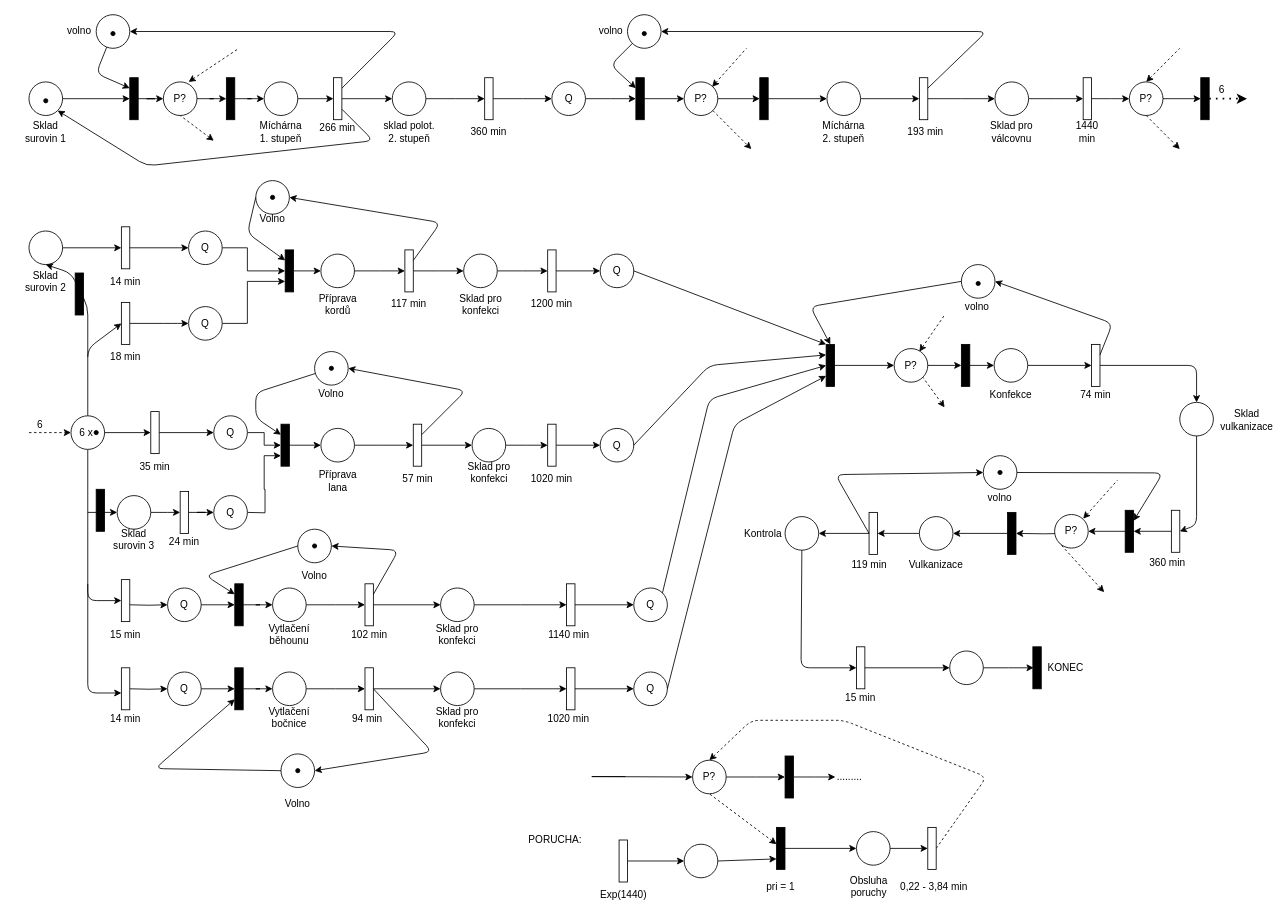
Above: drawio/petri-net.drawio in JonasBoi/IMS (draw.io), before the change. Source tidied: cells renumbered, new cells numbered last; positions are measured from the earlier drawing's top-left corner, leaving out a move shared by most shapes. Both pictures are drawn from the tidied source at 84%, with x=0, y=0 at pixel (20, 14).
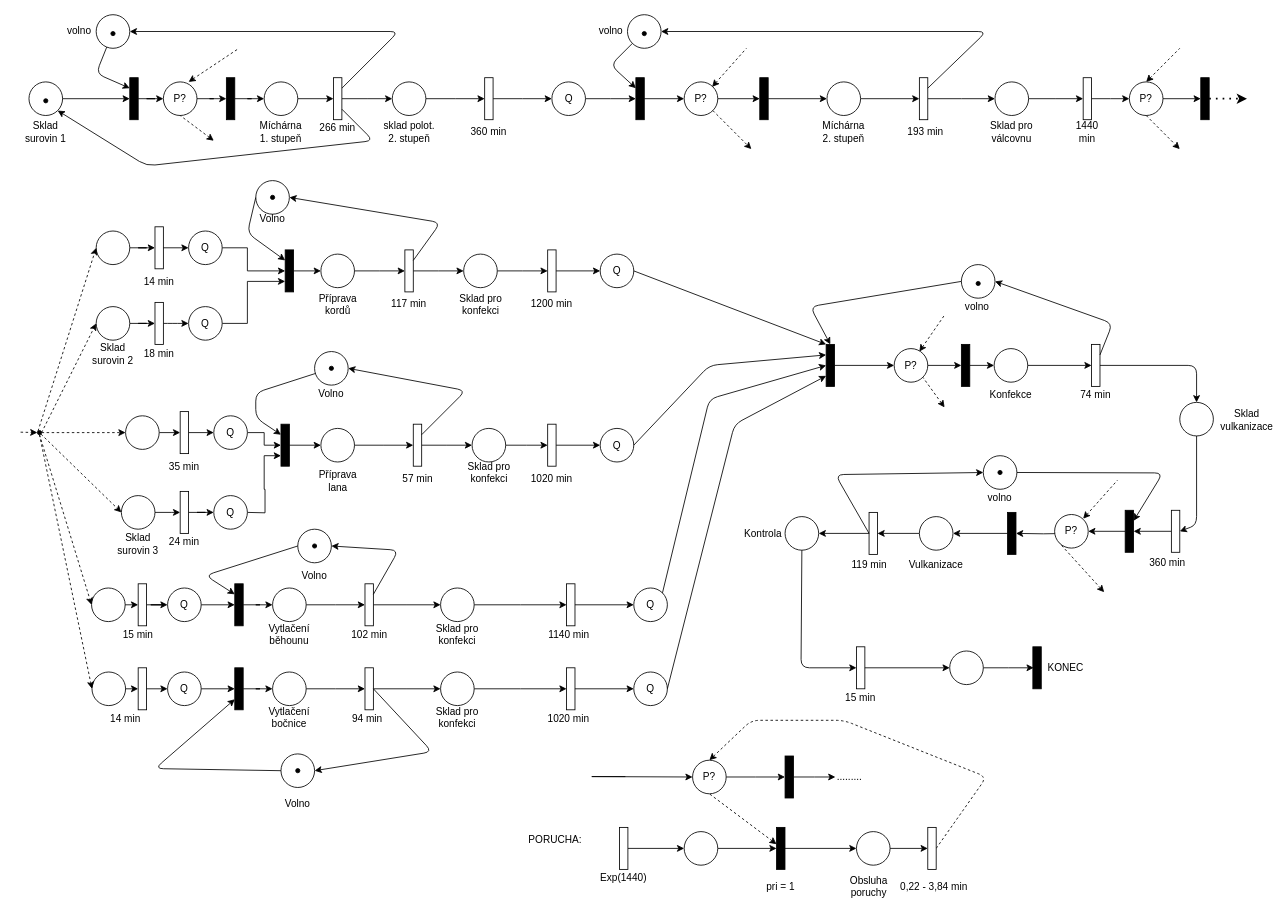
After the change.

Unchanged cells that the change refers to:
```xml
<mxCell id="137" value="Q" style="ellipse;whiteSpace=wrap;html=1;" parent="1" vertex="1">
  <mxGeometry x="200" y="347.5" width="40" height="40" as="geometry" />
</mxCell>
<mxCell id="161" value="Q" style="ellipse;whiteSpace=wrap;html=1;" parent="1" vertex="1">
  <mxGeometry x="175" y="682.5" width="40" height="40" as="geometry" />
</mxCell>
<mxCell id="163" value="Q" style="ellipse;whiteSpace=wrap;html=1;" parent="1" vertex="1">
  <mxGeometry x="175" y="782.5" width="40" height="40" as="geometry" />
</mxCell>
<mxCell id="225" style="rounded=0;whiteSpace=wrap;html=1;fillColor=#000000;" parent="1" vertex="1">
  <mxGeometry x="900" y="967.5" width="10" height="50" as="geometry" />
</mxCell>
```

The edit, as a diff of the source:
```diff
@@
-    <mxCell id="43" style="edgeStyle=orthogonalEdgeStyle;rounded=0;jettySize=auto;html=1;endArrow=classic;endFill=1;" parent="1" edge="1" source="44">
-      <mxGeometry relative="1" as="geometry">
-        <mxPoint x="120" y="277.5" as="targetPoint" />
-      </mxGeometry>
+    <mxCell id="43" style="edgeStyle=orthogonalEdgeStyle;rounded=0;jettySize=auto;html=1;endArrow=classic;endFill=1;entryX=0;entryY=0.5;" parent="1" edge="1" source="44" target="46">
+      <mxGeometry relative="1" as="geometry" />
     </mxCell>
     <mxCell id="44" style="ellipse;whiteSpace=wrap;html=1;gradientColor=none;shadow=0;" parent="1" vertex="1">
-      <mxGeometry x="10" y="257.5" width="40" height="40" as="geometry" />
+      <mxGeometry x="90" y="257.5" width="40" height="40" as="geometry" />
     </mxCell>
     <mxCell id="45" value="Sklad surovin 2" style="text;html=1;strokeColor=none;fillColor=none;align=center;verticalAlign=middle;whiteSpace=wrap;rounded=0;" parent="1" vertex="1">
-      <mxGeometry y="307.5" width="60" height="20" as="geometry" />
+      <mxGeometry x="80" y="393.5" width="60" height="20" as="geometry" />
     </mxCell>
     <mxCell id="46" style="rounded=0;whiteSpace=wrap;html=1;" parent="1" vertex="1">
-      <mxGeometry x="120" y="252.5" width="10" height="50" as="geometry" />
+      <mxGeometry x="160" y="252.5" width="10" height="50" as="geometry" />
     </mxCell>
     <mxCell id="47" value="14 min" style="text;html=1;strokeColor=none;fillColor=none;align=center;verticalAlign=middle;whiteSpace=wrap;rounded=0;" parent="1" vertex="1">
-      <mxGeometry x="105" y="307.5" width="40" height="20" as="geometry" />
+      <mxGeometry x="145" y="307.5" width="40" height="20" as="geometry" />
     </mxCell>
@@
-    <mxCell id="51" style="endArrow=classic;html=1;exitX=1;exitY=0.5;exitDx=0;exitDy=0;entryX=0;entryY=0.5;entryDx=0;entryDy=0;" parent="1" edge="1" target="137">
+    <mxCell id="51" style="endArrow=classic;html=1;exitX=1;exitY=0.5;exitDx=0;exitDy=0;entryX=0;entryY=0.5;entryDx=0;entryDy=0;" parent="1" edge="1" source="179" target="137">
       <mxGeometry relative="1" as="geometry">
-        <mxPoint x="130" y="367.5" as="sourcePoint" />
         <Array as="points">
           <mxPoint x="180" y="367.5" />
         </Array>
       </mxGeometry>
     </mxCell>
@@
     <mxCell id="63" style="ellipse;whiteSpace=wrap;html=1;" parent="1" vertex="1">
-      <mxGeometry x="115" y="572.5" width="40" height="40" as="geometry" />
+      <mxGeometry x="120" y="572.5" width="40" height="40" as="geometry" />
     </mxCell>
     <mxCell id="64" value="Sklad surovin 3" style="text;html=1;strokeColor=none;fillColor=none;align=center;verticalAlign=middle;whiteSpace=wrap;rounded=0;" parent="1" vertex="1">
-      <mxGeometry x="105" y="615" width="60" height="20" as="geometry" />
+      <mxGeometry x="110" y="620" width="60" height="20" as="geometry" />
     </mxCell>
-    <mxCell id="65" style="endArrow=classic;html=1;exitX=0.5;exitY=0;exitDx=0;exitDy=0;entryX=0;entryY=0.5;entryDx=0;entryDy=0;" parent="1" edge="1">
-      <mxGeometry relative="1" as="geometry">
-        <mxPoint x="80" y="477.5" as="sourcePoint" />
-        <mxPoint x="120" y="367.5" as="targetPoint" />
-        <Array as="points">
-          <mxPoint x="80" y="397.5" />
-        </Array>
-      </mxGeometry>
-    </mxCell>
@@
-    <mxCell id="79" style="endArrow=classic;html=1;" parent="1" edge="1">
-      <mxGeometry relative="1" as="geometry">
-        <mxPoint x="80" y="517.5" as="sourcePoint" />
-        <mxPoint x="120" y="697.5" as="targetPoint" />
-        <Array as="points">
-          <mxPoint x="80" y="697.5" />
-        </Array>
-      </mxGeometry>
-    </mxCell>
-    <mxCell id="80" style="edgeStyle=orthogonalEdgeStyle;rounded=0;jettySize=auto;html=1;endArrow=classic;endFill=1;entryX=0;entryY=0.5;entryDx=0;entryDy=0;" parent="1" edge="1" target="161">
-      <mxGeometry relative="1" as="geometry">
-        <mxPoint x="130" y="702.5" as="sourcePoint" />
-      </mxGeometry>
-    </mxCell>
     <mxCell id="81" value="15 min" style="text;html=1;strokeColor=none;fillColor=none;align=center;verticalAlign=middle;whiteSpace=wrap;rounded=0;" parent="1" vertex="1">
-      <mxGeometry x="105" y="727.5" width="40" height="20" as="geometry" />
+      <mxGeometry x="120" y="727.5" width="40" height="20" as="geometry" />
     </mxCell>
@@
-    <mxCell id="93" style="endArrow=classic;html=1;" parent="1" edge="1">
-      <mxGeometry relative="1" as="geometry">
-        <mxPoint x="80" y="677.5" as="sourcePoint" />
-        <mxPoint x="120" y="807.5" as="targetPoint" />
-        <Array as="points">
-          <mxPoint x="80" y="807.5" />
-        </Array>
-      </mxGeometry>
-    </mxCell>
-    <mxCell id="94" style="edgeStyle=orthogonalEdgeStyle;rounded=0;jettySize=auto;html=1;endArrow=classic;endFill=1;entryX=0;entryY=0.5;entryDx=0;entryDy=0;" parent="1" edge="1" target="163">
-      <mxGeometry relative="1" as="geometry">
-        <mxPoint x="130" y="802.5" as="sourcePoint" />
-      </mxGeometry>
-    </mxCell>
@@
-    <mxCell id="176" value="&lt;div style=&quot;text-align: left&quot;&gt;&lt;span&gt;6 x&amp;nbsp;&lt;/span&gt;&lt;/div&gt;" style="ellipse;whiteSpace=wrap;html=1;" parent="1" vertex="1">
-      <mxGeometry x="60" y="477.5" width="40" height="40" as="geometry" />
-    </mxCell>
@@
     <mxCell id="179" style="rounded=0;whiteSpace=wrap;html=1;" parent="1" vertex="1">
-      <mxGeometry x="120" y="342.5" width="10" height="50" as="geometry" />
+      <mxGeometry x="160" y="342.5" width="10" height="50" as="geometry" />
     </mxCell>
     <mxCell id="180" value="18 min" style="text;html=1;strokeColor=none;fillColor=none;align=center;verticalAlign=middle;whiteSpace=wrap;rounded=0;" parent="1" vertex="1">
-      <mxGeometry x="105" y="397.5" width="40" height="20" as="geometry" />
+      <mxGeometry x="145" y="393.5" width="40" height="20" as="geometry" />
     </mxCell>
@@
+    <mxCell id="275" style="edgeStyle=orthogonalEdgeStyle;rounded=0;html=1;entryX=0;entryY=0.5;jettySize=auto;" parent="1" edge="1" source="184" target="161">
+      <mxGeometry relative="1" as="geometry" />
+    </mxCell>
     <mxCell id="184" style="rounded=0;whiteSpace=wrap;html=1;" parent="1" vertex="1">
-      <mxGeometry x="120" y="672.5" width="10" height="50" as="geometry" />
+      <mxGeometry x="140" y="677.5" width="10" height="50" as="geometry" />
     </mxCell>
     <mxCell id="185" style="rounded=0;whiteSpace=wrap;html=1;" parent="1" vertex="1">
-      <mxGeometry x="120" y="777.5" width="10" height="50" as="geometry" />
+      <mxGeometry x="140" y="777.5" width="10" height="50" as="geometry" />
     </mxCell>
     <mxCell id="186" value="35 min" style="text;html=1;strokeColor=none;fillColor=none;align=center;verticalAlign=middle;whiteSpace=wrap;rounded=0;" parent="1" vertex="1">
-      <mxGeometry x="140" y="527.5" width="40" height="20" as="geometry" />
+      <mxGeometry x="175" y="527.5" width="40" height="20" as="geometry" />
     </mxCell>
@@
-    <mxCell id="226" style="endArrow=classic;html=1;entryX=0;entryY=0.75;entryDx=0;entryDy=0;exitX=1;exitY=0.5;exitDx=0;exitDy=0;" parent="1" edge="1" source="227" target="225">
+    <mxCell id="226" style="edgeStyle=orthogonalEdgeStyle;rounded=0;html=1;entryX=0;entryY=0.5;jettySize=auto;" parent="1" edge="1" source="227" target="225">
       <mxGeometry relative="1" as="geometry" />
     </mxCell>
     <mxCell id="227" style="ellipse;whiteSpace=wrap;html=1;" parent="1" vertex="1">
-      <mxGeometry x="790" y="987.5" width="40" height="40" as="geometry" />
+      <mxGeometry x="790" y="972.5" width="40" height="40" as="geometry" />
     </mxCell>
@@
     <mxCell id="229" style="rounded=0;whiteSpace=wrap;html=1;" parent="1" vertex="1">
-      <mxGeometry x="712.5" y="982.5" width="10" height="50" as="geometry" />
+      <mxGeometry x="713" y="967.5" width="10" height="50" as="geometry" />
     </mxCell>
     <mxCell id="230" value="Exp(1440)" style="text;html=1;strokeColor=none;fillColor=none;align=center;verticalAlign=middle;whiteSpace=wrap;rounded=0;" parent="1" vertex="1">
-      <mxGeometry x="698" y="1037.5" width="40" height="20" as="geometry" />
+      <mxGeometry x="698" y="1017.5" width="40" height="20" as="geometry" />
     </mxCell>
@@
-    <mxCell id="241" style="endArrow=classic;dashed=1;html=1;entryX=0;entryY=0.5;entryDx=0;entryDy=0;endFill=1;" parent="1" edge="1" target="176">
-      <mxGeometry relative="1" as="geometry">
-        <mxPoint x="10" y="497.5" as="sourcePoint" />
-      </mxGeometry>
+    <mxCell id="241" style="endArrow=classic;dashed=1;html=1;entryX=0;entryY=0.5;entryDx=0;entryDy=0;endFill=1;exitX=0;exitY=0;" parent="1" edge="1" source="291" target="44">
+      <mxGeometry relative="1" as="geometry" />
     </mxCell>
-    <mxCell id="242" style="endArrow=classic;html=1;exitDx=0;exitDy=0;entryX=0.5;entryY=1;entryDx=0;entryDy=0;" parent="1" edge="1" target="44">
-      <mxGeometry relative="1" as="geometry">
-        <mxPoint x="80" y="407.5" as="sourcePoint" />
-        <Array as="points">
-          <mxPoint x="80" y="347.5" />
-          <mxPoint x="60" y="307.5" />
-        </Array>
-      </mxGeometry>
-    </mxCell>
-    <mxCell id="243" style="endArrow=classic;html=1;entryX=0;entryY=0.5;" parent="1" edge="1" target="63">
-      <mxGeometry relative="1" as="geometry">
-        <mxPoint x="80" y="592.5" as="sourcePoint" />
-      </mxGeometry>
-    </mxCell>
@@
-    <mxCell id="261" style="ellipse;whiteSpace=wrap;html=1;shadow=0;fillColor=#000000;gradientColor=none;" parent="1" vertex="1">
-      <mxGeometry x="87.5" y="495" width="5" height="5" as="geometry" />
-    </mxCell>
@@
-    <mxCell id="263" value="6" style="text;html=1;align=left;verticalAlign=top;spacingTop=-4;" parent="1" vertex="1">
-      <mxGeometry x="17.5" y="477.5" width="20" height="20" as="geometry" />
-    </mxCell>
-    <mxCell id="264" style="rounded=0;whiteSpace=wrap;html=1;fillColor=#000000;" parent="1" vertex="1">
-      <mxGeometry x="65" y="307.5" width="10" height="50" as="geometry" />
-    </mxCell>
-    <mxCell id="265" style="rounded=0;whiteSpace=wrap;html=1;fillColor=#000000;" parent="1" vertex="1">
-      <mxGeometry x="90" y="565" width="10" height="50" as="geometry" />
-    </mxCell>
@@
     <mxCell id="267" style="rounded=0;whiteSpace=wrap;html=1;" parent="1" vertex="1">
-      <mxGeometry x="155" y="472.5" width="10" height="50" as="geometry" />
+      <mxGeometry x="190" y="472.5" width="10" height="50" as="geometry" />
     </mxCell>
-    <mxCell id="268" style="endArrow=classic;html=1;exitDx=0;exitDy=0;exitX=1;exitY=0.5;" parent="1" edge="1" source="176" target="267">
+    <mxCell id="268" style="endArrow=classic;html=1;exitDx=0;exitDy=0;exitX=1;exitY=0.5;" parent="1" edge="1" source="278" target="267">
       <mxGeometry relative="1" as="geometry" />
     </mxCell>
@@
-    <mxCell id="271" value="6" style="text;html=1;align=left;verticalAlign=top;spacingTop=-4;" parent="1" vertex="1">
-      <mxGeometry x="1425" y="80" width="20" height="20" as="geometry" />
-    </mxCell>
@@
+    <mxCell id="276" style="edgeStyle=orthogonalEdgeStyle;rounded=0;html=1;entryX=0;entryY=0.5;jettySize=auto;" parent="1" edge="1" source="277" target="179">
+      <mxGeometry relative="1" as="geometry" />
+    </mxCell>
+    <mxCell id="277" style="ellipse;whiteSpace=wrap;html=1;gradientColor=none;shadow=0;" parent="1" vertex="1">
+      <mxGeometry x="90" y="347.5" width="40" height="40" as="geometry" />
+    </mxCell>
+    <mxCell id="278" style="ellipse;whiteSpace=wrap;html=1;gradientColor=none;shadow=0;" parent="1" vertex="1">
+      <mxGeometry x="125" y="477.5" width="40" height="40" as="geometry" />
+    </mxCell>
+    <mxCell id="279" style="edgeStyle=orthogonalEdgeStyle;rounded=0;html=1;entryX=0;entryY=0.5;jettySize=auto;exitX=1;exitY=0.5;" parent="1" edge="1" source="185" target="163">
+      <mxGeometry relative="1" as="geometry" />
+    </mxCell>
+    <mxCell id="280" style="endArrow=classic;html=1;exitX=0.5;exitY=1;exitDx=0;exitDy=0;" parent="1" edge="1">
+      <mxGeometry relative="1" as="geometry">
+        <mxPoint x="62.5" y="822" as="sourcePoint" />
+        <mxPoint x="62.5" y="822" as="targetPoint" />
+      </mxGeometry>
+    </mxCell>
+    <mxCell id="281" style="endArrow=classic;html=1;exitDx=0;exitDy=0;exitX=1;exitY=0.5;entryX=0;entryY=0.5;" parent="1" edge="1" source="283">
+      <mxGeometry relative="1" as="geometry">
+        <mxPoint x="107.5" y="802.5" as="targetPoint" />
+      </mxGeometry>
+    </mxCell>
+    <mxCell id="282" style="endArrow=classic;html=1;exitX=0.5;exitY=1;exitDx=0;exitDy=0;" parent="1" edge="1">
+      <mxGeometry relative="1" as="geometry">
+        <mxPoint x="60" y="822.5" as="sourcePoint" />
+        <mxPoint x="60" y="822.5" as="targetPoint" />
+      </mxGeometry>
+    </mxCell>
+    <mxCell id="283" style="ellipse;whiteSpace=wrap;html=1;" parent="1" vertex="1">
+      <mxGeometry x="85" y="782.5" width="40" height="40" as="geometry" />
+    </mxCell>
+    <mxCell id="284" style="endArrow=classic;html=1;exitDx=0;exitDy=0;exitX=1;exitY=0.5;entryX=0;entryY=0.5;" parent="1" edge="1" source="283" target="185">
+      <mxGeometry relative="1" as="geometry" />
+    </mxCell>
+    <mxCell id="285" style="endArrow=classic;html=1;exitX=0.5;exitY=1;exitDx=0;exitDy=0;" parent="1" edge="1">
+      <mxGeometry relative="1" as="geometry">
+        <mxPoint x="62" y="722.5" as="sourcePoint" />
+        <mxPoint x="62" y="722.5" as="targetPoint" />
+      </mxGeometry>
+    </mxCell>
+    <mxCell id="286" style="endArrow=classic;html=1;exitDx=0;exitDy=0;exitX=1;exitY=0.5;entryX=0;entryY=0.5;" parent="1" edge="1" source="288">
+      <mxGeometry relative="1" as="geometry">
+        <mxPoint x="107" y="703" as="targetPoint" />
+      </mxGeometry>
+    </mxCell>
+    <mxCell id="287" style="endArrow=classic;html=1;exitX=0.5;exitY=1;exitDx=0;exitDy=0;" parent="1" edge="1">
+      <mxGeometry relative="1" as="geometry">
+        <mxPoint x="59.5" y="723" as="sourcePoint" />
+        <mxPoint x="59.5" y="723" as="targetPoint" />
+      </mxGeometry>
+    </mxCell>
+    <mxCell id="288" style="ellipse;whiteSpace=wrap;html=1;" parent="1" vertex="1">
+      <mxGeometry x="84.5" y="682.5" width="40" height="40" as="geometry" />
+    </mxCell>
+    <mxCell id="289" style="endArrow=classic;html=1;exitDx=0;exitDy=0;exitX=1;exitY=0.5;entryX=0;entryY=0.5;" parent="1" edge="1" source="288" target="184">
+      <mxGeometry relative="1" as="geometry" />
+    </mxCell>
+    <mxCell id="290" style="endArrow=classic;dashed=1;html=1;entryX=0;entryY=0.5;entryDx=0;entryDy=0;endFill=1;exitX=1;exitY=0.5;" parent="1" edge="1" source="291" target="277">
+      <mxGeometry relative="1" as="geometry" />
+    </mxCell>
+    <mxCell id="291" style="ellipse;whiteSpace=wrap;html=1;shadow=0;fillColor=#000000;gradientColor=none;" parent="1" vertex="1">
+      <mxGeometry x="20" y="495" width="5" height="5" as="geometry" />
+    </mxCell>
+    <mxCell id="292" style="endArrow=classic;dashed=1;html=1;entryX=0;entryY=0.5;entryDx=0;entryDy=0;endFill=1;" parent="1" edge="1" target="291">
+      <mxGeometry relative="1" as="geometry">
+        <mxPoint y="497" as="sourcePoint" />
+      </mxGeometry>
+    </mxCell>
+    <mxCell id="293" style="endArrow=classic;dashed=1;html=1;entryX=0;entryY=0.5;entryDx=0;entryDy=0;endFill=1;exitX=1;exitY=0.5;" parent="1" edge="1" source="291" target="278">
+      <mxGeometry relative="1" as="geometry" />
+    </mxCell>
+    <mxCell id="294" style="endArrow=classic;dashed=1;html=1;entryX=0;entryY=0.5;entryDx=0;entryDy=0;endFill=1;exitX=1;exitY=1;" parent="1" edge="1" source="291" target="63">
+      <mxGeometry relative="1" as="geometry" />
+    </mxCell>
+    <mxCell id="295" style="endArrow=classic;dashed=1;html=1;entryDx=0;entryDy=0;endFill=1;exitX=0.5;exitY=1;entryX=0;entryY=0.5;" parent="1" edge="1" source="291" target="288">
+      <mxGeometry relative="1" as="geometry" />
+    </mxCell>
+    <mxCell id="296" style="endArrow=classic;dashed=1;html=1;entryDx=0;entryDy=0;endFill=1;exitX=0.5;exitY=1;entryX=0;entryY=0.5;" parent="1" edge="1" source="291" target="283">
+      <mxGeometry relative="1" as="geometry" />
+    </mxCell>
```
